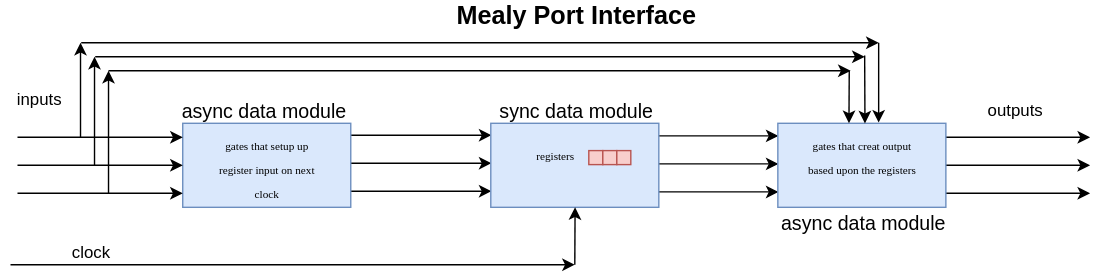
Earlier version of the draw.io export Drawings/MealyPortInterface.svg (jfields4733/Jordan). Source tidied: cells renumbered, new cells last; positions are measured from the earlier drawing's top-left corner, leaving out a move shared by most shapes. Source of this version:
```xml
<mxGraphModel>
  <root>
    <mxCell id="0" />
    <mxCell id="1" parent="0" />
    <mxCell id="2" style="endArrow=classic;html=1;entryX=0.025;entryY=0.633;entryPerimeter=0;" parent="1" edge="1">
      <mxGeometry relative="1" as="geometry">
        <mxPoint x="430.5" y="136.5" as="sourcePoint" />
        <mxPoint x="548.5" y="136.5" as="targetPoint" />
      </mxGeometry>
    </mxCell>
    <mxCell id="3" style="endArrow=classic;html=1;entryX=0.025;entryY=0.633;entryPerimeter=0;" parent="1" edge="1">
      <mxGeometry relative="1" as="geometry">
        <mxPoint x="430.5" y="96.5" as="sourcePoint" />
        <mxPoint x="548.5" y="96.5" as="targetPoint" />
      </mxGeometry>
    </mxCell>
    <mxCell id="4" style="endArrow=classic;html=1;entryX=0.025;entryY=0.633;entryPerimeter=0;" parent="1" edge="1">
      <mxGeometry relative="1" as="geometry">
        <mxPoint x="430.5" y="116.5" as="sourcePoint" />
        <mxPoint x="548.5" y="116.5" as="targetPoint" />
      </mxGeometry>
    </mxCell>
    <mxCell id="5" style="endArrow=classic;html=1;entryX=0.025;entryY=0.633;entryPerimeter=0;" parent="1" edge="1">
      <mxGeometry relative="1" as="geometry">
        <mxPoint x="225.5" y="136" as="sourcePoint" />
        <mxPoint x="343.5" y="136" as="targetPoint" />
      </mxGeometry>
    </mxCell>
    <mxCell id="6" style="endArrow=classic;html=1;entryX=0.025;entryY=0.633;entryPerimeter=0;" parent="1" edge="1">
      <mxGeometry relative="1" as="geometry">
        <mxPoint x="225.5" y="96" as="sourcePoint" />
        <mxPoint x="343.5" y="96" as="targetPoint" />
      </mxGeometry>
    </mxCell>
    <mxCell id="7" style="endArrow=classic;html=1;entryX=0.025;entryY=0.633;entryPerimeter=0;" parent="1" edge="1">
      <mxGeometry relative="1" as="geometry">
        <mxPoint x="225.5" y="116" as="sourcePoint" />
        <mxPoint x="343.5" y="116" as="targetPoint" />
      </mxGeometry>
    </mxCell>
    <mxCell id="8" style="rounded=0;whiteSpace=wrap;html=1;fillColor=#dae8fc;strokeColor=#6c8ebf;" parent="1" vertex="1">
      <mxGeometry x="123" y="87.5" width="120" height="60" as="geometry" />
    </mxCell>
    <mxCell id="9" style="endArrow=classic;html=1;entryX=0.025;entryY=0.633;entryPerimeter=0;" parent="1" edge="1">
      <mxGeometry relative="1" as="geometry">
        <mxPoint x="5" y="137.5" as="sourcePoint" />
        <mxPoint x="123" y="137.5" as="targetPoint" />
      </mxGeometry>
    </mxCell>
    <mxCell id="10" style="endArrow=classic;html=1;entryX=0.025;entryY=0.633;entryPerimeter=0;" parent="1" edge="1">
      <mxGeometry relative="1" as="geometry">
        <mxPoint x="5" y="97.5" as="sourcePoint" />
        <mxPoint x="123" y="97.5" as="targetPoint" />
      </mxGeometry>
    </mxCell>
    <mxCell id="11" style="endArrow=classic;html=1;entryX=0.025;entryY=0.633;entryPerimeter=0;" parent="1" edge="1">
      <mxGeometry relative="1" as="geometry">
        <mxPoint x="5" y="117.5" as="sourcePoint" />
        <mxPoint x="123" y="117.5" as="targetPoint" />
      </mxGeometry>
    </mxCell>
    <mxCell id="12" value="inputs" style="text;html=1;strokeColor=none;fillColor=none;align=center;verticalAlign=middle;whiteSpace=wrap;rounded=0;" parent="1" vertex="1">
      <mxGeometry y="60" width="40" height="20" as="geometry" />
    </mxCell>
    <mxCell id="13" value="Mealy Port Interface" style="text;html=1;strokeColor=none;fillColor=none;align=center;verticalAlign=middle;whiteSpace=wrap;rounded=0;fontSize=18;fontStyle=1;" parent="1" vertex="1">
      <mxGeometry x="290.5" width="225" height="20" as="geometry" />
    </mxCell>
    <mxCell id="14" style="endArrow=classic;html=1;entryX=0.025;entryY=0.633;entryPerimeter=0;" parent="1" edge="1">
      <mxGeometry relative="1" as="geometry">
        <mxPoint x="653" y="137.5" as="sourcePoint" />
        <mxPoint x="771" y="137.5" as="targetPoint" />
      </mxGeometry>
    </mxCell>
    <mxCell id="15" style="endArrow=classic;html=1;entryX=0.025;entryY=0.633;entryPerimeter=0;" parent="1" edge="1">
      <mxGeometry relative="1" as="geometry">
        <mxPoint x="653" y="97.5" as="sourcePoint" />
        <mxPoint x="771" y="97.5" as="targetPoint" />
      </mxGeometry>
    </mxCell>
    <mxCell id="16" style="endArrow=classic;html=1;entryX=0.025;entryY=0.633;entryPerimeter=0;" parent="1" edge="1">
      <mxGeometry relative="1" as="geometry">
        <mxPoint x="653" y="117.5" as="sourcePoint" />
        <mxPoint x="771" y="117.5" as="targetPoint" />
      </mxGeometry>
    </mxCell>
    <mxCell id="17" value="outputs" style="text;html=1;strokeColor=none;fillColor=none;align=center;verticalAlign=middle;whiteSpace=wrap;rounded=0;fontSize=12;" parent="1" vertex="1">
      <mxGeometry x="698" y="67.5" width="40" height="20" as="geometry" />
    </mxCell>
    <mxCell id="18" value="async data module" style="text;html=1;strokeColor=none;fillColor=none;align=center;verticalAlign=middle;whiteSpace=wrap;rounded=0;fontSize=14;" parent="1" vertex="1">
      <mxGeometry x="118" y="67.5" width="125" height="20" as="geometry" />
    </mxCell>
    <mxCell id="19" value="&lt;font style=&quot;font-size: 8px&quot; face=&quot;Tahoma&quot;&gt;gates that setup up register input on next clock&lt;/font&gt;" style="text;html=1;strokeColor=none;fillColor=none;align=center;verticalAlign=middle;whiteSpace=wrap;rounded=0;fontSize=14;" parent="1" vertex="1">
      <mxGeometry x="140.5" y="107" width="85" height="20" as="geometry" />
    </mxCell>
    <mxCell id="20" style="rounded=0;whiteSpace=wrap;html=1;fillColor=#dae8fc;strokeColor=#6c8ebf;" parent="1" vertex="1">
      <mxGeometry x="343" y="87.5" width="120" height="60" as="geometry" />
    </mxCell>
    <mxCell id="21" value="sync data module" style="text;html=1;strokeColor=none;fillColor=none;align=center;verticalAlign=middle;whiteSpace=wrap;rounded=0;fontSize=14;" parent="1" vertex="1">
      <mxGeometry x="340.5" y="67.5" width="125" height="20" as="geometry" />
    </mxCell>
    <mxCell id="22" value="&lt;font style=&quot;font-size: 8px&quot; face=&quot;Tahoma&quot;&gt;&amp;nbsp;registers&lt;/font&gt;" style="text;html=1;strokeColor=none;fillColor=none;align=center;verticalAlign=middle;whiteSpace=wrap;rounded=0;fontSize=14;" parent="1" vertex="1">
      <mxGeometry x="345.5" y="98" width="85" height="19" as="geometry" />
    </mxCell>
    <mxCell id="23" style="whiteSpace=wrap;html=1;fontSize=14;fillColor=#f8cecc;strokeColor=#b85450;" parent="1" vertex="1">
      <mxGeometry x="413" y="107" width="10" height="10" as="geometry" />
    </mxCell>
    <mxCell id="24" style="whiteSpace=wrap;html=1;fontSize=14;fillColor=#f8cecc;strokeColor=#b85450;" parent="1" vertex="1">
      <mxGeometry x="423" y="107" width="10" height="10" as="geometry" />
    </mxCell>
    <mxCell id="25" style="whiteSpace=wrap;html=1;fontSize=14;fillColor=#f8cecc;strokeColor=#b85450;" parent="1" vertex="1">
      <mxGeometry x="433" y="107" width="10" height="10" as="geometry" />
    </mxCell>
    <mxCell id="26" style="endArrow=classic;html=1;" parent="1" edge="1">
      <mxGeometry relative="1" as="geometry">
        <mxPoint y="188.5" as="sourcePoint" />
        <mxPoint x="403" y="188.5" as="targetPoint" />
      </mxGeometry>
    </mxCell>
    <mxCell id="27" style="endArrow=classic;html=1;entryX=0.5;entryY=1;" parent="1" edge="1" target="20">
      <mxGeometry relative="1" as="geometry">
        <mxPoint x="403" y="188.5" as="sourcePoint" />
      </mxGeometry>
    </mxCell>
    <mxCell id="28" value="clock" style="text;html=1;strokeColor=none;fillColor=none;align=center;verticalAlign=middle;whiteSpace=wrap;rounded=0;" parent="1" vertex="1">
      <mxGeometry x="38" y="168.5" width="40" height="20" as="geometry" />
    </mxCell>
    <mxCell id="29" style="rounded=0;whiteSpace=wrap;html=1;fillColor=#dae8fc;strokeColor=#6c8ebf;" parent="1" vertex="1">
      <mxGeometry x="548" y="87.5" width="120" height="60" as="geometry" />
    </mxCell>
    <mxCell id="30" value="async data module" style="text;html=1;strokeColor=none;fillColor=none;align=center;verticalAlign=middle;whiteSpace=wrap;rounded=0;fontSize=14;" parent="1" vertex="1">
      <mxGeometry x="545.5" y="147.5" width="125" height="20" as="geometry" />
    </mxCell>
    <mxCell id="31" value="&lt;font style=&quot;font-size: 8px&quot; face=&quot;Tahoma&quot;&gt;gates that creat output based upon the registers&lt;/font&gt;" style="text;html=1;strokeColor=none;fillColor=none;align=center;verticalAlign=middle;whiteSpace=wrap;rounded=0;fontSize=14;" parent="1" vertex="1">
      <mxGeometry x="565.5" y="107" width="85" height="20" as="geometry" />
    </mxCell>
    <mxCell id="32" style="endArrow=classic;html=1;" parent="1" edge="1">
      <mxGeometry relative="1" as="geometry">
        <mxPoint x="50" y="98" as="sourcePoint" />
        <mxPoint x="50" y="30" as="targetPoint" />
      </mxGeometry>
    </mxCell>
    <mxCell id="33" style="endArrow=classic;html=1;" parent="1" edge="1">
      <mxGeometry relative="1" as="geometry">
        <mxPoint x="60" y="117.5" as="sourcePoint" />
        <mxPoint x="60" y="40" as="targetPoint" />
      </mxGeometry>
    </mxCell>
    <mxCell id="34" style="endArrow=classic;html=1;" parent="1" edge="1">
      <mxGeometry relative="1" as="geometry">
        <mxPoint x="70" y="137.5" as="sourcePoint" />
        <mxPoint x="70" y="50" as="targetPoint" />
      </mxGeometry>
    </mxCell>
    <mxCell id="35" style="endArrow=classic;html=1;" parent="1" edge="1">
      <mxGeometry relative="1" as="geometry">
        <mxPoint x="50.5" y="30" as="sourcePoint" />
        <mxPoint x="620" y="30" as="targetPoint" />
      </mxGeometry>
    </mxCell>
    <mxCell id="36" style="endArrow=classic;html=1;" parent="1" edge="1">
      <mxGeometry relative="1" as="geometry">
        <mxPoint x="60.5" y="40" as="sourcePoint" />
        <mxPoint x="610" y="40" as="targetPoint" />
      </mxGeometry>
    </mxCell>
    <mxCell id="37" style="endArrow=classic;html=1;" parent="1" edge="1">
      <mxGeometry relative="1" as="geometry">
        <mxPoint x="70" y="50" as="sourcePoint" />
        <mxPoint x="600" y="50" as="targetPoint" />
      </mxGeometry>
    </mxCell>
    <mxCell id="38" style="endArrow=classic;html=1;entryX=0.423;entryY=0.001;entryPerimeter=0;" parent="1" edge="1" target="29">
      <mxGeometry relative="1" as="geometry">
        <mxPoint x="599" y="50" as="sourcePoint" />
      </mxGeometry>
    </mxCell>
    <mxCell id="39" style="endArrow=classic;html=1;entryX=0.423;entryY=0.001;entryPerimeter=0;" parent="1" edge="1">
      <mxGeometry relative="1" as="geometry">
        <mxPoint x="610" y="39" as="sourcePoint" />
        <mxPoint x="610.2" y="87.6" as="targetPoint" />
      </mxGeometry>
    </mxCell>
    <mxCell id="40" style="endArrow=classic;html=1;" parent="1" edge="1">
      <mxGeometry relative="1" as="geometry">
        <mxPoint x="620" y="30" as="sourcePoint" />
        <mxPoint x="620" y="87" as="targetPoint" />
        <Array as="points">
          <mxPoint x="620" y="77" />
        </Array>
      </mxGeometry>
    </mxCell>
  </root>
</mxGraphModel>
```
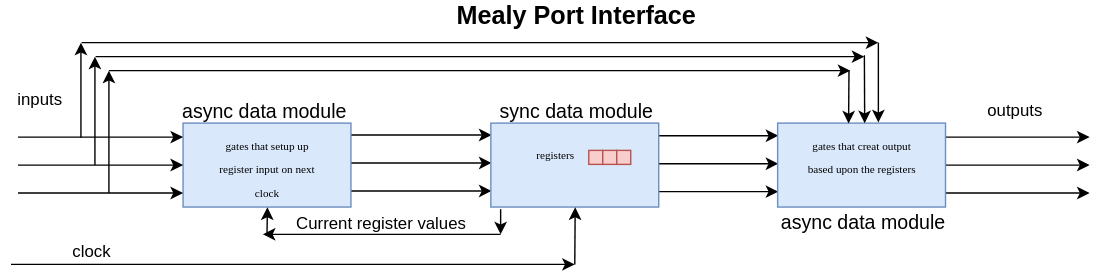
After the commit.

Commit message:
added register feedback

Diff of the diagram source:
```diff
@@ -189,5 +189,25 @@
         </Array>
       </mxGeometry>
     </mxCell>
+    <mxCell id="41" style="endArrow=classic;html=1;" parent="1" edge="1">
+      <mxGeometry relative="1" as="geometry">
+        <mxPoint x="350" y="149" as="sourcePoint" />
+        <mxPoint x="350" y="167" as="targetPoint" />
+      </mxGeometry>
+    </mxCell>
+    <mxCell id="42" style="endArrow=classic;html=1;" parent="1" edge="1">
+      <mxGeometry relative="1" as="geometry">
+        <mxPoint x="350" y="167" as="sourcePoint" />
+        <mxPoint x="180" y="167" as="targetPoint" />
+      </mxGeometry>
+    </mxCell>
+    <mxCell id="43" style="endArrow=classic;html=1;entryX=0.5;entryY=1;" parent="1" edge="1" target="8">
+      <mxGeometry relative="1" as="geometry">
+        <mxPoint x="183" y="167" as="sourcePoint" />
+      </mxGeometry>
+    </mxCell>
+    <mxCell id="44" value="Current register values" style="text;html=1;strokeColor=none;fillColor=none;align=center;verticalAlign=middle;whiteSpace=wrap;rounded=0;" parent="1" vertex="1">
+      <mxGeometry x="200" y="148.5" width="130" height="20" as="geometry" />
+    </mxCell>
   </root>
 </mxGraphModel>
```
